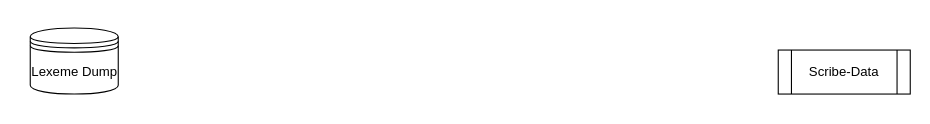
axif0/codeforce keeps this draw.io diagram as translation.drawio. Above is the earlier version. Source tidied: cells renumbered, new cells numbered last; positions are measured from the earlier drawing's top-left corner, leaving out a move shared by most shapes. Both pictures are drawn from the tidied source at 110%, with x=0, y=0 at pixel (19, 28).
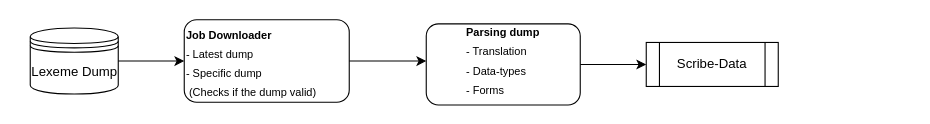
After the change.

Change to the diagram source:
```diff
@@
 <mxGraphModel>
   <root>
     <mxCell id="0" />
     <mxCell id="1" parent="0" />
     <mxCell id="2" style="shape=datastore;whiteSpace=wrap;html=1;" parent="1" vertex="1">
       <mxGeometry x="10" width="80" height="60" as="geometry" />
     </mxCell>
     <mxCell id="3" value="Scribe-Data" style="shape=process;whiteSpace=wrap;html=1;backgroundOutline=1;" parent="1" vertex="1">
-      <mxGeometry x="690" y="20" width="120" height="40" as="geometry" />
+      <mxGeometry x="570" y="13.1" width="120" height="40" as="geometry" />
     </mxCell>
     <mxCell id="4" value="Lexeme Dump" style="text;html=1;align=center;verticalAlign=middle;strokeColor=none;fillColor=none;" parent="1" vertex="1">
       <mxGeometry y="25" width="100" height="30" as="geometry" />
     </mxCell>
+    <mxCell id="5" style="endArrow=classic;html=1;rounded=0;" parent="1" edge="1">
+      <mxGeometry relative="1" as="geometry">
+        <mxPoint x="90" y="30" as="sourcePoint" />
+        <mxPoint x="150" y="30" as="targetPoint" />
+      </mxGeometry>
+    </mxCell>
+    <mxCell id="6" value="&lt;b&gt;&lt;sub&gt;Job Downloader&lt;/sub&gt;&lt;/b&gt;&lt;div&gt;&lt;sub&gt;&lt;span style=&quot;text-align: center; text-wrap-mode: nowrap;&quot;&gt;- Latest dump&lt;/span&gt;&lt;br&gt;&lt;/sub&gt;&lt;div&gt;&lt;span style=&quot;text-wrap-mode: nowrap;&quot;&gt;&lt;sub&gt;- Specific dump&lt;/sub&gt;&lt;/span&gt;&lt;div style=&quot;text-wrap-mode: nowrap;&quot;&gt;&lt;sub&gt;&amp;nbsp;(Checks if the dump valid)&lt;/sub&gt;&lt;/div&gt;&lt;/div&gt;&lt;/div&gt;" style="rounded=1;whiteSpace=wrap;html=1;rotation=0;align=left;" parent="1" vertex="1">
+      <mxGeometry x="150" y="-7.5" width="150" height="75" as="geometry" />
+    </mxCell>
+    <mxCell id="7" style="edgeStyle=orthogonalEdgeStyle;rounded=0;jettySize=auto;html=1;" parent="1" edge="1" source="8" target="3">
+      <mxGeometry relative="1" as="geometry" />
+    </mxCell>
+    <mxCell id="8" value="&lt;div style=&quot;text-align: justify;&quot;&gt;&lt;span style=&quot;background-color: initial;&quot;&gt;&lt;b&gt;&lt;sup&gt;Parsing dump&lt;/sup&gt;&lt;/b&gt;&lt;/span&gt;&lt;/div&gt;&lt;div style=&quot;text-align: justify;&quot;&gt;&lt;sup&gt;- Translation&lt;/sup&gt;&lt;/div&gt;&lt;div style=&quot;text-align: justify;&quot;&gt;&lt;sup&gt;- Data-types&lt;/sup&gt;&lt;/div&gt;&lt;div style=&quot;text-align: justify;&quot;&gt;&lt;sup&gt;- Forms&lt;/sup&gt;&lt;/div&gt;" style="rounded=1;whiteSpace=wrap;html=1;" parent="1" vertex="1">
+      <mxGeometry x="370" y="-3.8" width="140" height="73.8" as="geometry" />
+    </mxCell>
+    <mxCell id="9" style="edgeStyle=orthogonalEdgeStyle;rounded=0;orthogonalLoop=1;jettySize=auto;html=1;" parent="1" edge="1">
+      <mxGeometry relative="1" as="geometry">
+        <mxPoint x="300" y="30" as="sourcePoint" />
+        <mxPoint x="370" y="30" as="targetPoint" />
+      </mxGeometry>
+    </mxCell>
   </root>
 </mxGraphModel>
```
